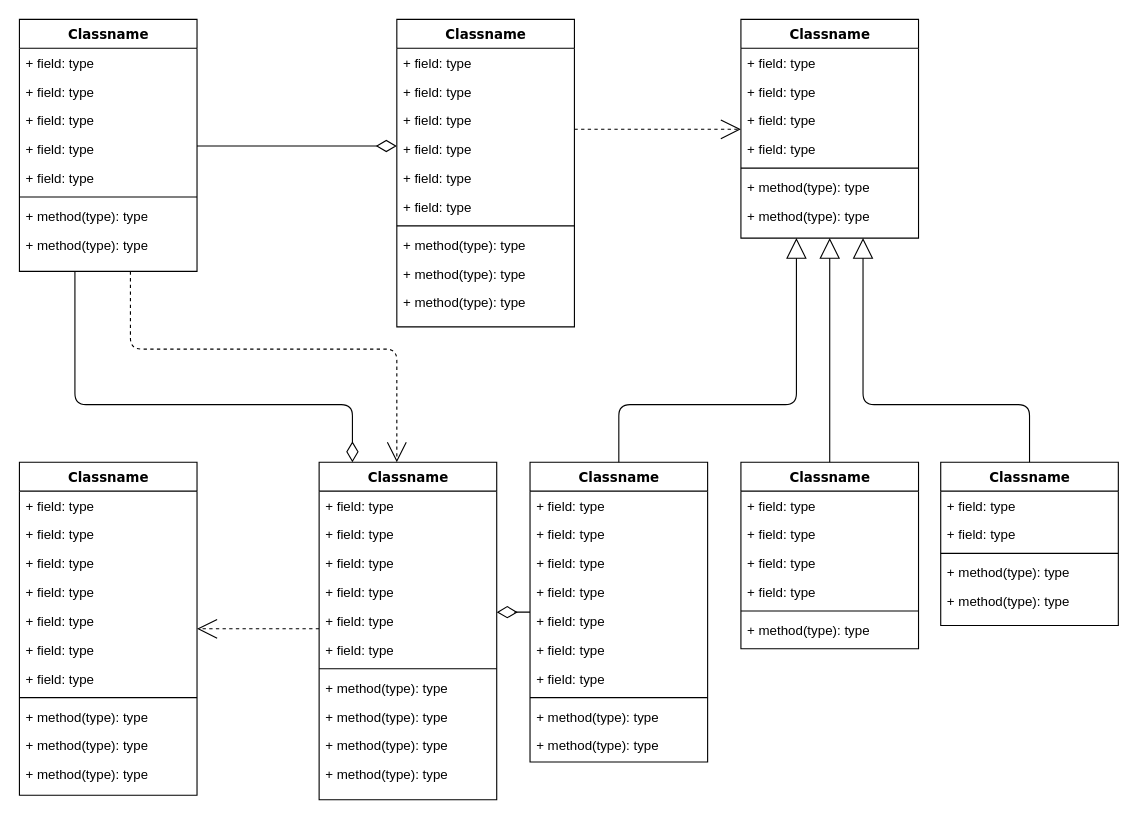
1002527441/QDCOA keeps this draw.io diagram as docs/Untitled Diagram.drawio. Above is the earlier version. Source tidied: cells renumbered, new cells numbered last; positions are measured from the earlier drawing's top-left corner, leaving out a move shared by most shapes. Both pictures are drawn from the tidied source at 111%, with x=0, y=0 at pixel (19, 19).
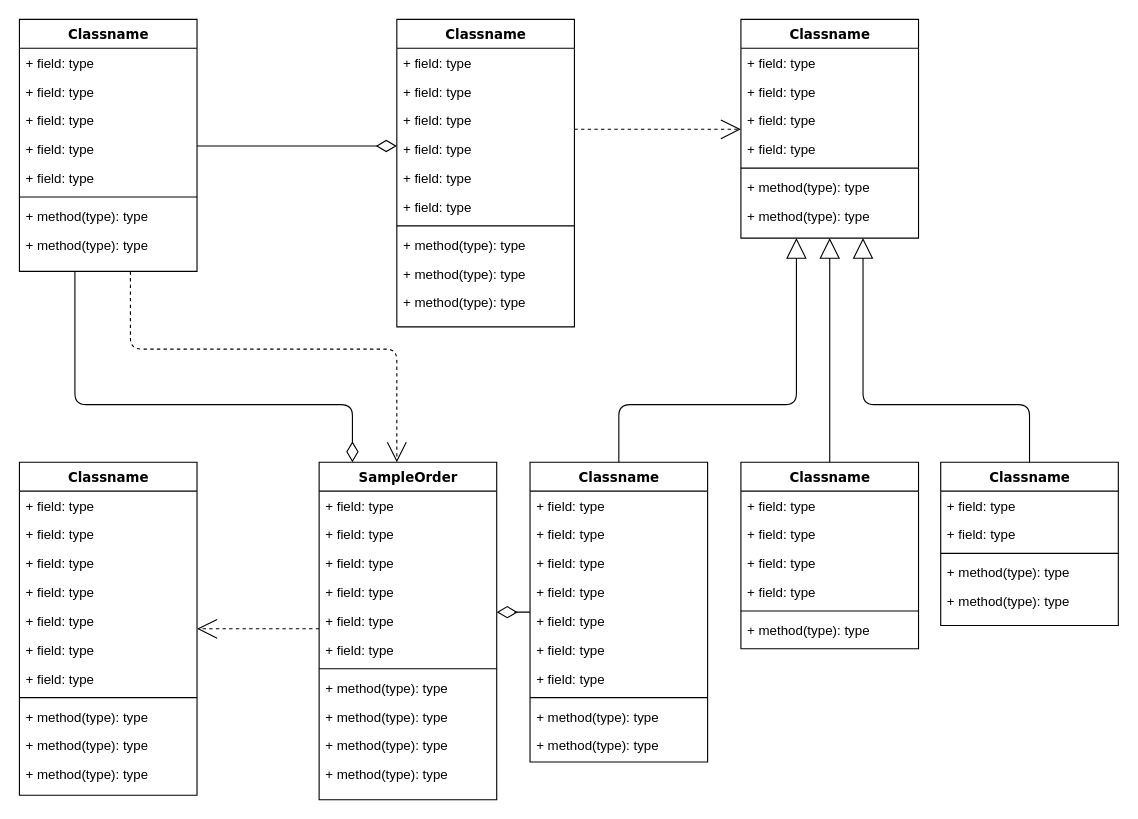
After the change.

Diff of the diagram source:
```diff
@@
-    <mxCell id="47" value="Classname" style="swimlane;html=1;fontStyle=1;align=center;verticalAlign=top;horizontal=1;startSize=26;swimlaneFillColor=#ffffff;rounded=0;shadow=0;comic=0;labelBackgroundColor=none;strokeWidth=1;fillColor=none;fontFamily=Verdana;fontSize=12;" parent="1" vertex="1">
+    <mxCell id="47" value="SampleOrder" style="swimlane;html=1;fontStyle=1;align=center;verticalAlign=top;horizontal=1;startSize=26;swimlaneFillColor=#ffffff;rounded=0;shadow=0;comic=0;labelBackgroundColor=none;strokeWidth=1;fillColor=none;fontFamily=Verdana;fontSize=12;" parent="1" vertex="1">
       <mxGeometry x="270" y="399" width="160" height="304" as="geometry" />
     </mxCell>
```
